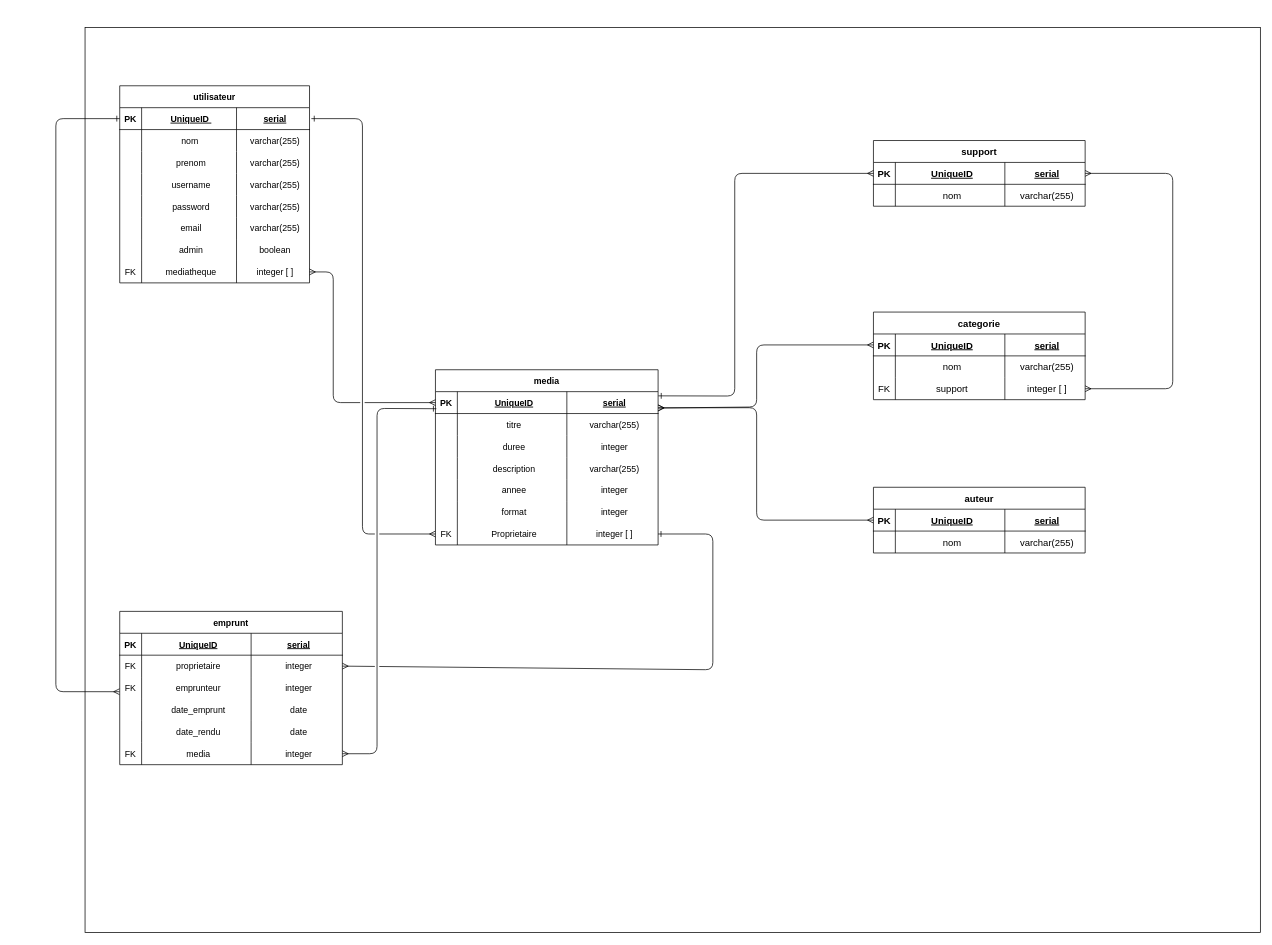
Earlier version of the draw.io diagram diagramClass.drawio (DarKaizoku/medialand_back). Source tidied: cells renumbered, new cells numbered last; positions are measured from the earlier drawing's top-left corner, leaving out a move shared by most shapes. Both pictures are drawn from the tidied source at 73%, with x=0, y=0 at pixel (55, 27).
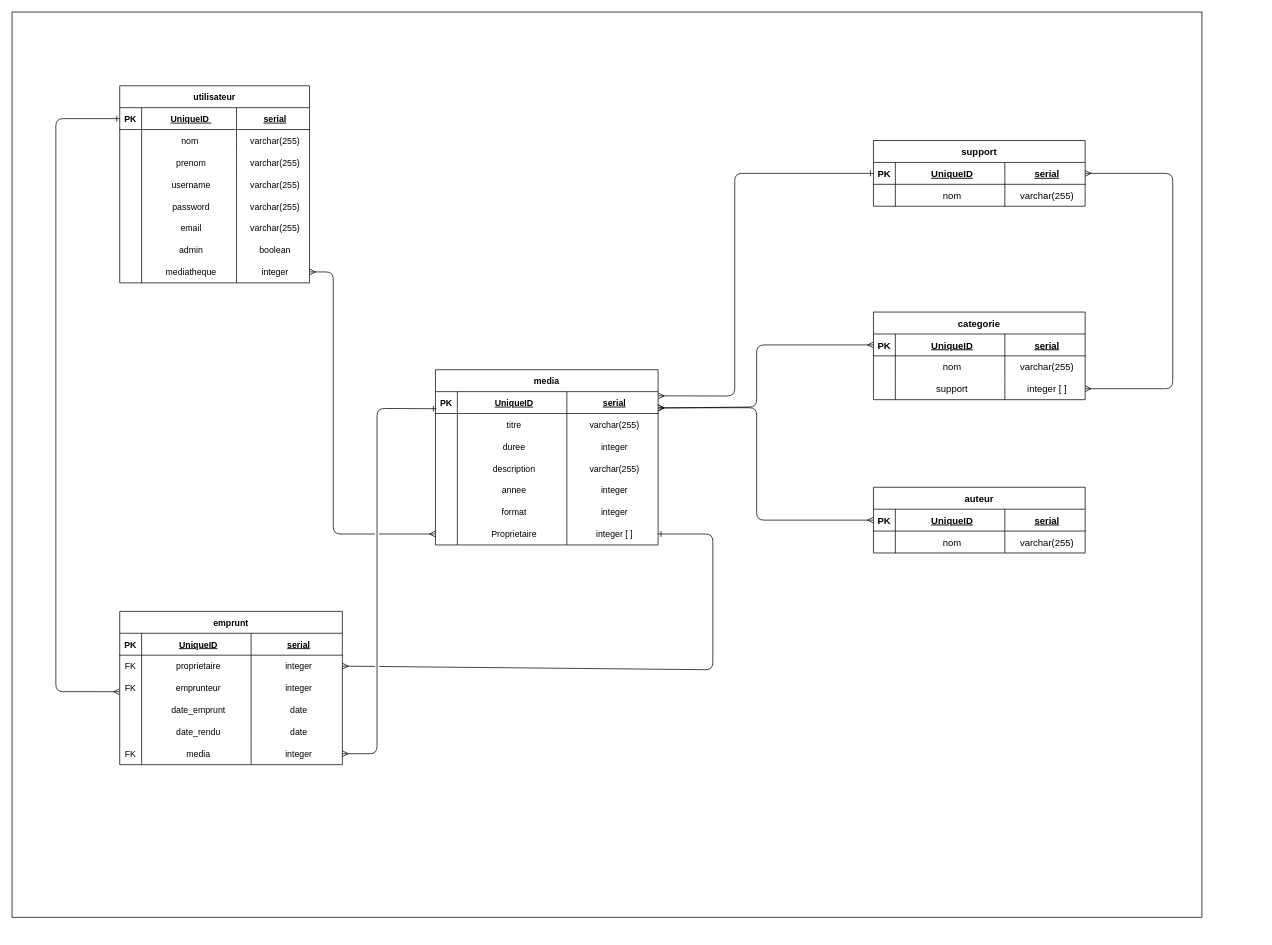
Above is the later version.

Commit message (it also covers changes not shown here):
fix diagram, and showing

Unchanged cells that the change refers to:
```xml
<mxCell id="4" style="shape=tableRow;horizontal=0;startSize=0;swimlaneHead=0;swimlaneBody=0;fillColor=none;points=[[0,0.5],[1,0.5]];portConstraint=eastwest;top=0;left=0;right=0;bottom=1;" parent="3" vertex="1">
  <mxGeometry y="30" width="305" height="30" as="geometry" />
</mxCell>
<mxCell id="28" style="shape=tableRow;horizontal=0;startSize=0;swimlaneHead=0;swimlaneBody=0;fillColor=none;points=[[0,0.5],[1,0.5]];portConstraint=eastwest;top=0;left=0;right=0;bottom=0;" parent="3" vertex="1">
  <mxGeometry y="210" width="305" height="30" as="geometry" />
</mxCell>
<mxCell id="61" style="shape=tableRow;horizontal=0;startSize=0;swimlaneHead=0;swimlaneBody=0;fillColor=none;points=[[0,0.5],[1,0.5]];portConstraint=eastwest;top=0;left=0;right=0;bottom=0;" parent="32" vertex="1">
  <mxGeometry y="240" width="260" height="30" as="geometry" />
</mxCell>
<mxCell id="66" style="shape=tableRow;horizontal=0;startSize=0;swimlaneHead=0;swimlaneBody=0;fillColor=none;points=[[0,0.5],[1,0.5]];portConstraint=eastwest;top=0;left=0;right=0;bottom=1;fontSize=13;" parent="65" vertex="1">
  <mxGeometry y="30" width="290" height="30" as="geometry" />
</mxCell>
<mxCell id="83" style="shape=tableRow;horizontal=0;startSize=0;swimlaneHead=0;swimlaneBody=0;fillColor=none;points=[[0,0.5],[1,0.5]];portConstraint=eastwest;top=0;left=0;right=0;bottom=0;fontSize=13;" parent="74" vertex="1">
  <mxGeometry y="90" width="290" height="30" as="geometry" />
</mxCell>
```

Change to the diagram source:
```diff
@@
     <mxCell id="2" style="rounded=0;whiteSpace=wrap;html=1;fontSize=13;" parent="1" vertex="1">
-      <mxGeometry x="40" width="1610" height="1240" as="geometry" />
+      <mxGeometry x="-60" y="-21" width="1630" height="1240" as="geometry" />
     </mxCell>
@@
-    <mxCell id="29" value="FK" style="shape=partialRectangle;fillColor=none;top=0;left=0;bottom=0;right=0;overflow=hidden;" parent="28" vertex="1">
+    <mxCell id="29" style="shape=partialRectangle;fillColor=none;top=0;left=0;bottom=0;right=0;overflow=hidden;" parent="28" vertex="1">
       <mxGeometry width="30" height="30" as="geometry" />
     </mxCell>
@@
-    <mxCell id="62" value="FK" style="shape=partialRectangle;fillColor=none;top=0;left=0;bottom=0;right=0;overflow=hidden;" parent="61" vertex="1">
+    <mxCell id="62" style="shape=partialRectangle;fillColor=none;top=0;left=0;bottom=0;right=0;overflow=hidden;" parent="61" vertex="1">
       <mxGeometry width="30" height="30" as="geometry" />
     </mxCell>
@@
-    <mxCell id="64" value="integer [ ]" style="shape=partialRectangle;fillColor=none;top=0;left=0;bottom=0;right=0;align=center;spacingLeft=6;overflow=hidden;" parent="61" vertex="1">
+    <mxCell id="64" value="integer" style="shape=partialRectangle;fillColor=none;top=0;left=0;bottom=0;right=0;align=center;spacingLeft=6;overflow=hidden;" parent="61" vertex="1">
       <mxGeometry x="160" width="100" height="30" as="geometry" />
     </mxCell>
@@
-    <mxCell id="84" value="FK" style="shape=partialRectangle;fillColor=none;top=0;left=0;bottom=0;right=0;overflow=hidden;fontSize=13;" parent="83" vertex="1">
+    <mxCell id="84" style="shape=partialRectangle;fillColor=none;top=0;left=0;bottom=0;right=0;overflow=hidden;fontSize=13;" parent="83" vertex="1">
       <mxGeometry width="30" height="30" as="geometry" />
     </mxCell>
@@
-    <mxCell id="123" style="edgeStyle=none;jumpStyle=gap;html=1;fontSize=13;startArrow=ERone;startFill=0;endArrow=ERmany;endFill=0;entryX=0;entryY=0.5;entryDx=0;entryDy=0;" parent="1" edge="1" target="28">
-      <mxGeometry relative="1" as="geometry">
-        <mxPoint x="350" y="125" as="sourcePoint" />
-        <Array as="points">
-          <mxPoint x="420" y="125" />
-          <mxPoint x="420" y="694" />
-        </Array>
-      </mxGeometry>
-    </mxCell>
-    <mxCell id="124" style="edgeStyle=none;jumpStyle=gap;html=1;exitX=0;exitY=0.5;exitDx=0;exitDy=0;entryX=1.001;entryY=0.192;entryDx=0;entryDy=0;fontSize=13;startArrow=ERmany;startFill=0;endArrow=ERone;endFill=0;entryPerimeter=0;" parent="1" edge="1" source="66" target="4">
+    <mxCell id="124" style="edgeStyle=none;jumpStyle=gap;html=1;exitX=0;exitY=0.5;exitDx=0;exitDy=0;entryX=1.001;entryY=0.192;entryDx=0;entryDy=0;fontSize=13;startArrow=ERone;startFill=0;endArrow=ERmany;endFill=0;entryPerimeter=0;" parent="1" edge="1" source="66" target="4">
       <mxGeometry relative="1" as="geometry">
         <Array as="points">
           <mxPoint x="930" y="200" />
           <mxPoint x="930" y="505" />
         </Array>
       </mxGeometry>
     </mxCell>
@@
-    <mxCell id="128" style="edgeStyle=none;jumpStyle=gap;html=1;exitX=1;exitY=0.5;exitDx=0;exitDy=0;entryX=0;entryY=0.5;entryDx=0;entryDy=0;startArrow=ERmany;startFill=0;endArrow=ERmany;endFill=0;" parent="1" edge="1" source="61" target="4">
+    <mxCell id="128" style="edgeStyle=none;jumpStyle=gap;html=1;exitX=1;exitY=0.5;exitDx=0;exitDy=0;entryX=0;entryY=0.5;entryDx=0;entryDy=0;startArrow=ERmany;startFill=0;endArrow=ERmany;endFill=0;" parent="1" edge="1" source="61" target="28">
       <mxGeometry relative="1" as="geometry">
         <Array as="points">
           <mxPoint x="380" y="335" />
-          <mxPoint x="380" y="514" />
+          <mxPoint x="380" y="420" />
+          <mxPoint x="380" y="694" />
         </Array>
       </mxGeometry>
     </mxCell>
```
